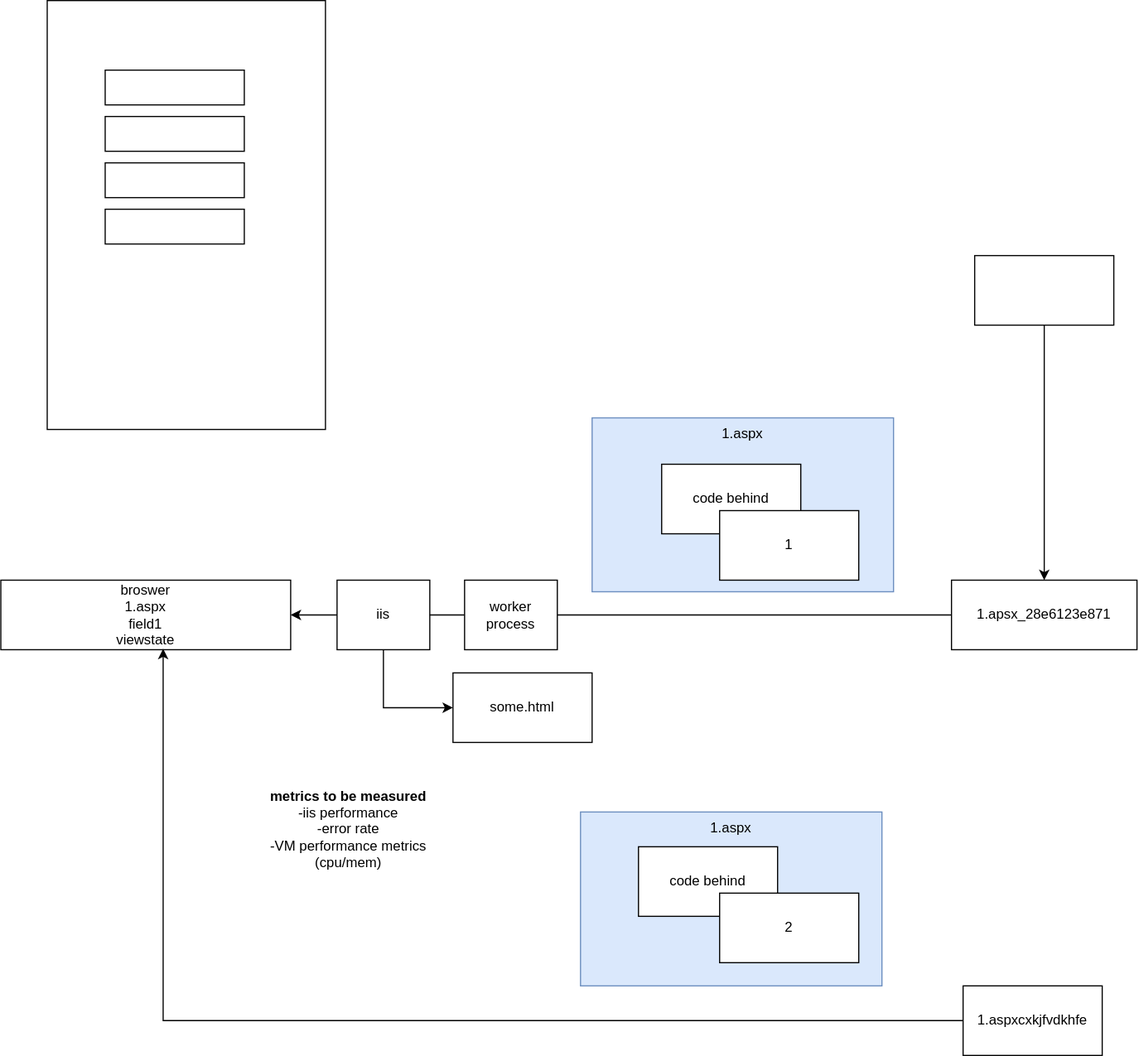
Earlier version of the draw.io export multithreadingredisissue.svg (vjavle/invoicecloud). Source tidied: cells renumbered, new cells last; positions are measured from the earlier drawing's top-left corner, leaving out a move shared by most shapes.
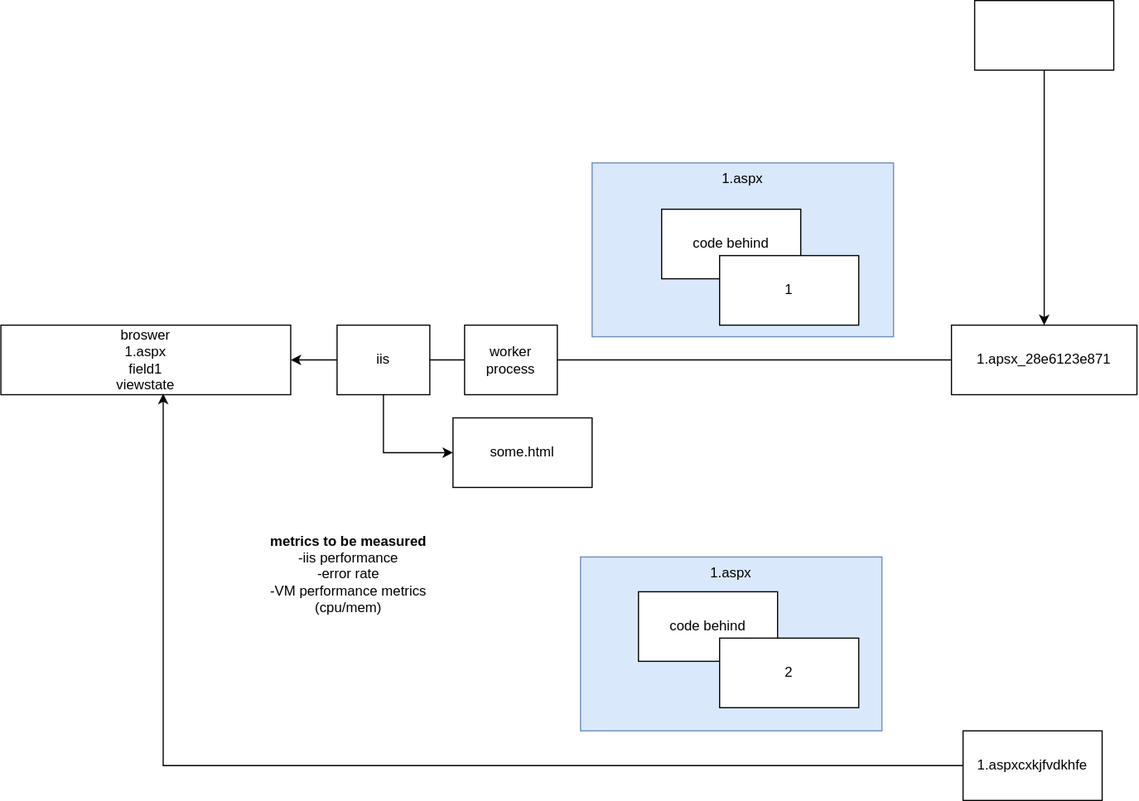
Later version of the same file.

What changed in the source:
```diff
@@ -5,21 +5,6 @@
     <mxCell id="2" value="1.aspx" style="rounded=0;whiteSpace=wrap;html=1;fillColor=#dae8fc;strokeColor=#6c8ebf;verticalAlign=top;" parent="1" vertex="1">
       <mxGeometry x="510" y="360" width="260" height="150" as="geometry" />
     </mxCell>
-    <mxCell id="3" style="rounded=0;whiteSpace=wrap;html=1;" parent="1" vertex="1">
-      <mxGeometry x="40" width="240" height="370" as="geometry" />
-    </mxCell>
-    <mxCell id="4" style="rounded=0;whiteSpace=wrap;html=1;" parent="1" vertex="1">
-      <mxGeometry x="90" y="60" width="120" height="30" as="geometry" />
-    </mxCell>
-    <mxCell id="5" style="rounded=0;whiteSpace=wrap;html=1;" parent="1" vertex="1">
-      <mxGeometry x="90" y="100" width="120" height="30" as="geometry" />
-    </mxCell>
-    <mxCell id="6" style="rounded=0;whiteSpace=wrap;html=1;" parent="1" vertex="1">
-      <mxGeometry x="90" y="140" width="120" height="30" as="geometry" />
-    </mxCell>
-    <mxCell id="7" style="rounded=0;whiteSpace=wrap;html=1;" parent="1" vertex="1">
-      <mxGeometry x="90" y="180" width="120" height="30" as="geometry" />
-    </mxCell>
     <mxCell id="8" value="code behind" style="rounded=0;whiteSpace=wrap;html=1;" parent="1" vertex="1">
       <mxGeometry x="570" y="400" width="120" height="60" as="geometry" />
     </mxCell>
```
